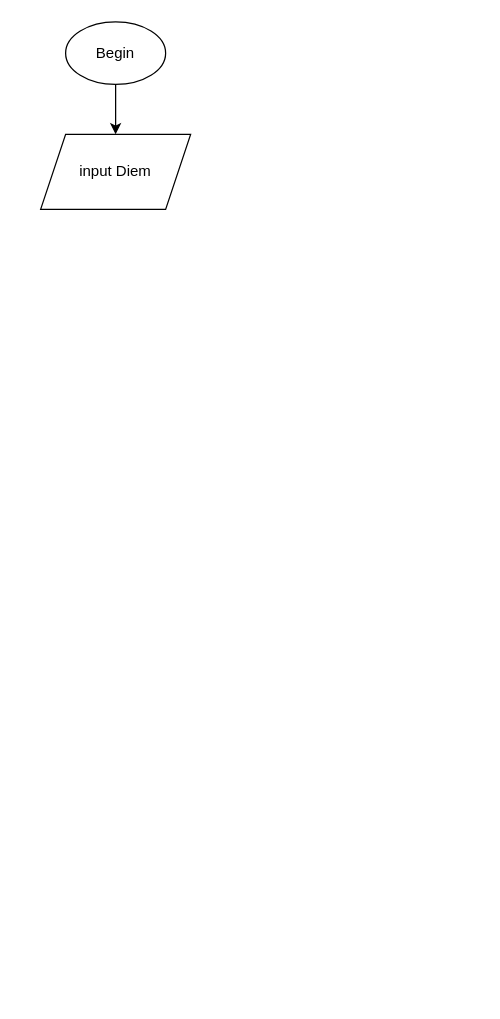
Above: b3.Mô tả thuật toán bằng Pseudo code & Flowchart/Programming Foundations with JavaScript/Mô tả thuật toán có cấu trúc điều kiện/flow.drawio in thanhnhaduong/A1121i1--D-ng-Thanh-Nh- (draw.io), before the change. Source tidied: cells renumbered, new cells numbered last; positions are measured from the earlier drawing's top-left corner, leaving out a move shared by most shapes. Both pictures are drawn from the tidied source at 125%, with x=0, y=0 at pixel (40, 21).
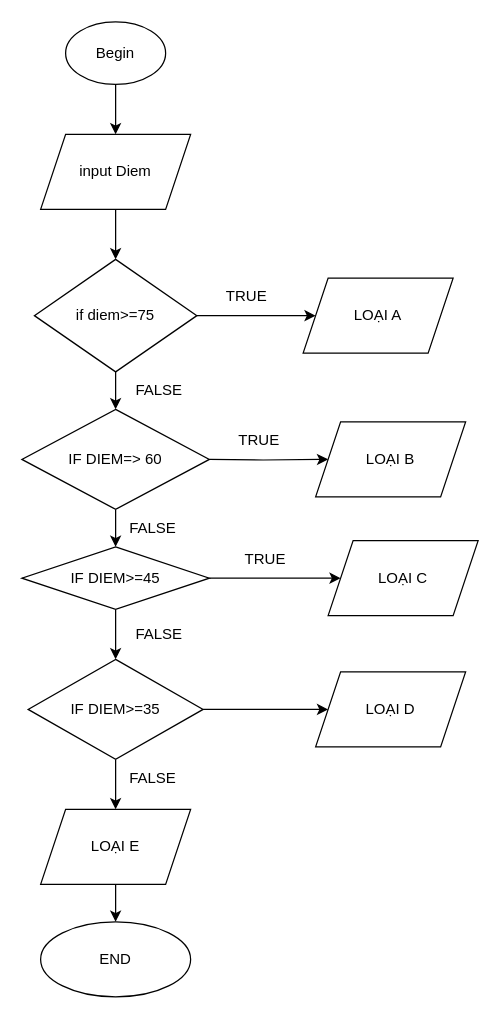
The same diagram, later.

The change refers to these unchanged cells:
```xml
<mxCell id="4" value="input Diem" style="shape=parallelogram;perimeter=parallelogramPerimeter;whiteSpace=wrap;html=1;fixedSize=1;" parent="1" vertex="1">
  <mxGeometry y="90" width="120" height="60" as="geometry" />
</mxCell>
```

The edit, as a diff of the source:
```diff
@@
+    <mxCell id="5" style="edgeStyle=orthogonalEdgeStyle;rounded=0;jettySize=auto;html=1;" parent="1" edge="1" source="4" target="8">
+      <mxGeometry relative="1" as="geometry" />
+    </mxCell>
@@
+    <mxCell id="6" style="edgeStyle=orthogonalEdgeStyle;rounded=0;jettySize=auto;html=1;" parent="1" edge="1" source="8" target="9">
+      <mxGeometry relative="1" as="geometry" />
+    </mxCell>
+    <mxCell id="7" style="edgeStyle=orthogonalEdgeStyle;rounded=0;jettySize=auto;html=1;" parent="1" edge="1" source="8" target="11">
+      <mxGeometry relative="1" as="geometry" />
+    </mxCell>
+    <mxCell id="8" value="if diem&amp;gt;=75" style="rhombus;whiteSpace=wrap;html=1;" parent="1" vertex="1">
+      <mxGeometry x="-5" y="190" width="130" height="90" as="geometry" />
+    </mxCell>
+    <mxCell id="9" value="LOẠI A" style="shape=parallelogram;perimeter=parallelogramPerimeter;whiteSpace=wrap;html=1;fixedSize=1;" parent="1" vertex="1">
+      <mxGeometry x="210" y="205" width="120" height="60" as="geometry" />
+    </mxCell>
+    <mxCell id="10" style="edgeStyle=orthogonalEdgeStyle;rounded=0;jettySize=auto;html=1;" parent="1" edge="1" source="11" target="18">
+      <mxGeometry relative="1" as="geometry" />
+    </mxCell>
+    <mxCell id="11" value="IF DIEM=&amp;gt; 60" style="rhombus;whiteSpace=wrap;html=1;" parent="1" vertex="1">
+      <mxGeometry x="-15" y="310" width="150" height="80" as="geometry" />
+    </mxCell>
+    <mxCell id="12" value="TRUE" style="text;html=1;strokeColor=none;fillColor=none;align=center;verticalAlign=middle;whiteSpace=wrap;rounded=0;" parent="1" vertex="1">
+      <mxGeometry x="135" y="205" width="60" height="30" as="geometry" />
+    </mxCell>
+    <mxCell id="13" style="edgeStyle=orthogonalEdgeStyle;rounded=0;jettySize=auto;html=1;" parent="1" edge="1" target="14">
+      <mxGeometry relative="1" as="geometry">
+        <mxPoint x="135" y="350" as="sourcePoint" />
+      </mxGeometry>
+    </mxCell>
+    <mxCell id="14" value="LOẠI B" style="shape=parallelogram;perimeter=parallelogramPerimeter;whiteSpace=wrap;html=1;fixedSize=1;" parent="1" vertex="1">
+      <mxGeometry x="220" y="320" width="120" height="60" as="geometry" />
+    </mxCell>
+    <mxCell id="15" value="TRUE" style="text;html=1;strokeColor=none;fillColor=none;align=center;verticalAlign=middle;whiteSpace=wrap;rounded=0;" parent="1" vertex="1">
+      <mxGeometry x="145" y="320" width="60" height="30" as="geometry" />
+    </mxCell>
+    <mxCell id="16" style="edgeStyle=orthogonalEdgeStyle;rounded=0;jettySize=auto;html=1;" parent="1" edge="1" source="18" target="19">
+      <mxGeometry relative="1" as="geometry" />
+    </mxCell>
+    <mxCell id="17" style="edgeStyle=orthogonalEdgeStyle;rounded=0;jettySize=auto;html=1;" parent="1" edge="1" source="18" target="23">
+      <mxGeometry relative="1" as="geometry" />
+    </mxCell>
+    <mxCell id="18" value="IF DIEM&amp;gt;=45" style="rhombus;whiteSpace=wrap;html=1;" parent="1" vertex="1">
+      <mxGeometry x="-15" y="420" width="150" height="50" as="geometry" />
+    </mxCell>
+    <mxCell id="19" value="&lt;span&gt;LOẠI C&lt;/span&gt;" style="shape=parallelogram;perimeter=parallelogramPerimeter;whiteSpace=wrap;html=1;fixedSize=1;" parent="1" vertex="1">
+      <mxGeometry x="230" y="415" width="120" height="60" as="geometry" />
+    </mxCell>
+    <mxCell id="20" value="TRUE" style="text;html=1;strokeColor=none;fillColor=none;align=center;verticalAlign=middle;whiteSpace=wrap;rounded=0;" parent="1" vertex="1">
+      <mxGeometry x="150" y="415" width="60" height="30" as="geometry" />
+    </mxCell>
+    <mxCell id="21" style="edgeStyle=orthogonalEdgeStyle;rounded=0;jettySize=auto;html=1;" parent="1" edge="1" source="23" target="24">
+      <mxGeometry relative="1" as="geometry" />
+    </mxCell>
+    <mxCell id="22" style="edgeStyle=orthogonalEdgeStyle;rounded=0;jettySize=auto;html=1;" parent="1" edge="1" source="23" target="26">
+      <mxGeometry relative="1" as="geometry" />
+    </mxCell>
+    <mxCell id="23" value="&lt;span&gt;IF DIEM&amp;gt;=35&lt;/span&gt;" style="rhombus;whiteSpace=wrap;html=1;" parent="1" vertex="1">
+      <mxGeometry x="-10" y="510" width="140" height="80" as="geometry" />
+    </mxCell>
+    <mxCell id="24" value="&lt;span&gt;LOẠI D&lt;/span&gt;" style="shape=parallelogram;perimeter=parallelogramPerimeter;whiteSpace=wrap;html=1;fixedSize=1;" parent="1" vertex="1">
+      <mxGeometry x="220" y="520" width="120" height="60" as="geometry" />
+    </mxCell>
+    <mxCell id="25" style="edgeStyle=orthogonalEdgeStyle;rounded=0;jettySize=auto;html=1;" parent="1" edge="1" source="26" target="31">
+      <mxGeometry relative="1" as="geometry" />
+    </mxCell>
+    <mxCell id="26" value="&lt;span&gt;LOẠI E&lt;/span&gt;" style="shape=parallelogram;perimeter=parallelogramPerimeter;whiteSpace=wrap;html=1;fixedSize=1;" parent="1" vertex="1">
+      <mxGeometry y="630" width="120" height="60" as="geometry" />
+    </mxCell>
+    <mxCell id="27" value="FALSE" style="text;html=1;strokeColor=none;fillColor=none;align=center;verticalAlign=middle;whiteSpace=wrap;rounded=0;" parent="1" vertex="1">
+      <mxGeometry x="65" y="280" width="60" height="30" as="geometry" />
+    </mxCell>
+    <mxCell id="28" value="FALSE" style="text;html=1;strokeColor=none;fillColor=none;align=center;verticalAlign=middle;whiteSpace=wrap;rounded=0;" parent="1" vertex="1">
+      <mxGeometry x="60" y="390" width="60" height="30" as="geometry" />
+    </mxCell>
+    <mxCell id="29" value="FALSE" style="text;html=1;strokeColor=none;fillColor=none;align=center;verticalAlign=middle;whiteSpace=wrap;rounded=0;" parent="1" vertex="1">
+      <mxGeometry x="65" y="475" width="60" height="30" as="geometry" />
+    </mxCell>
+    <mxCell id="30" value="FALSE" style="text;html=1;strokeColor=none;fillColor=none;align=center;verticalAlign=middle;whiteSpace=wrap;rounded=0;" parent="1" vertex="1">
+      <mxGeometry x="60" y="590" width="60" height="30" as="geometry" />
+    </mxCell>
+    <mxCell id="31" value="END" style="ellipse;whiteSpace=wrap;html=1;" parent="1" vertex="1">
+      <mxGeometry y="720" width="120" height="60" as="geometry" />
+    </mxCell>
```
